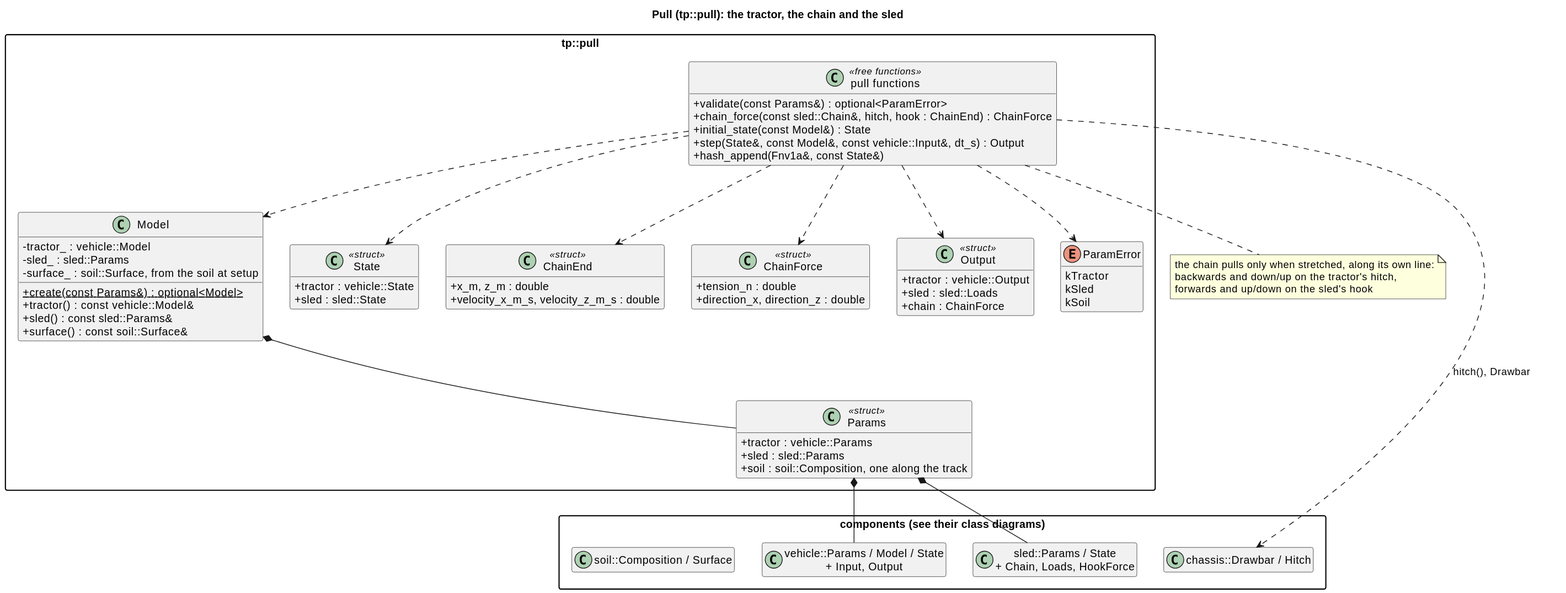
Earlier version of the PlantUML export docs/diagrams/svg/pull_classes.svg (wversteeg/TractorPulling). Its diagram source:
```plantuml
@startuml
title Pull (tp::pull): the tractor, the chain and the sled
hide empty members
skinparam packageStyle rectangle
skinparam classAttributeIconSize 0

package "components (see their class diagrams)" {
  class "vehicle::Params / Model / State\n+ Input, Output" as Vehicle
  class "sled::Params / State\n+ Chain, Loads, HookForce" as Sled
  class "chassis::Drawbar / Hitch" as Chassis
  class "soil::Composition / Surface" as Soil
}

package "tp::pull" {
  class Params <<struct>> {
    +tractor : vehicle::Params
    +sled : sled::Params
    +soil : soil::Composition, one along the track
  }
  class Model {
    -tractor_ : vehicle::Model
    -sled_ : sled::Params
    -surface_ : soil::Surface, from the soil at setup
    +{static} create(const Params&) : optional<Model>
    +tractor() : const vehicle::Model&
    +sled() : const sled::Params&
    +surface() : const soil::Surface&
  }
  class State <<struct>> {
    +tractor : vehicle::State
    +sled : sled::State
  }
  class ChainEnd <<struct>> {
    +x_m, z_m : double
    +velocity_x_m_s, velocity_z_m_s : double
  }
  class ChainForce <<struct>> {
    +tension_n : double
    +direction_x, direction_z : double
  }
  class Output <<struct>> {
    +tractor : vehicle::Output
    +sled : sled::Loads
    +chain : ChainForce
  }
  enum ParamError {
    kTractor
    kSled
    kSoil
  }
  class "pull functions" as PullFns <<free functions>> {
    +validate(const Params&) : optional<ParamError>
    +chain_force(const sled::Chain&, hitch, hook : ChainEnd) : ChainForce
    +initial_state(const Model&) : State
    +step(State&, const Model&, const vehicle::Input&, dt_s) : Output
    +hash_append(Fnv1a&, const State&)
  }
  Model *-- Params
  PullFns ..> Model
  PullFns ..> State
  PullFns ..> ChainEnd
  PullFns ..> ChainForce
  PullFns ..> Output
  PullFns ..> ParamError
}
Params *-- Vehicle
Params *-- Sled
PullFns ..> Chassis : hitch(), Drawbar
note bottom of PullFns
  the chain pulls only when stretched, along its own line:
  backwards and down/up on the tractor's hitch,
  forwards and up/down on the sled's hook
end note
@enduml
```
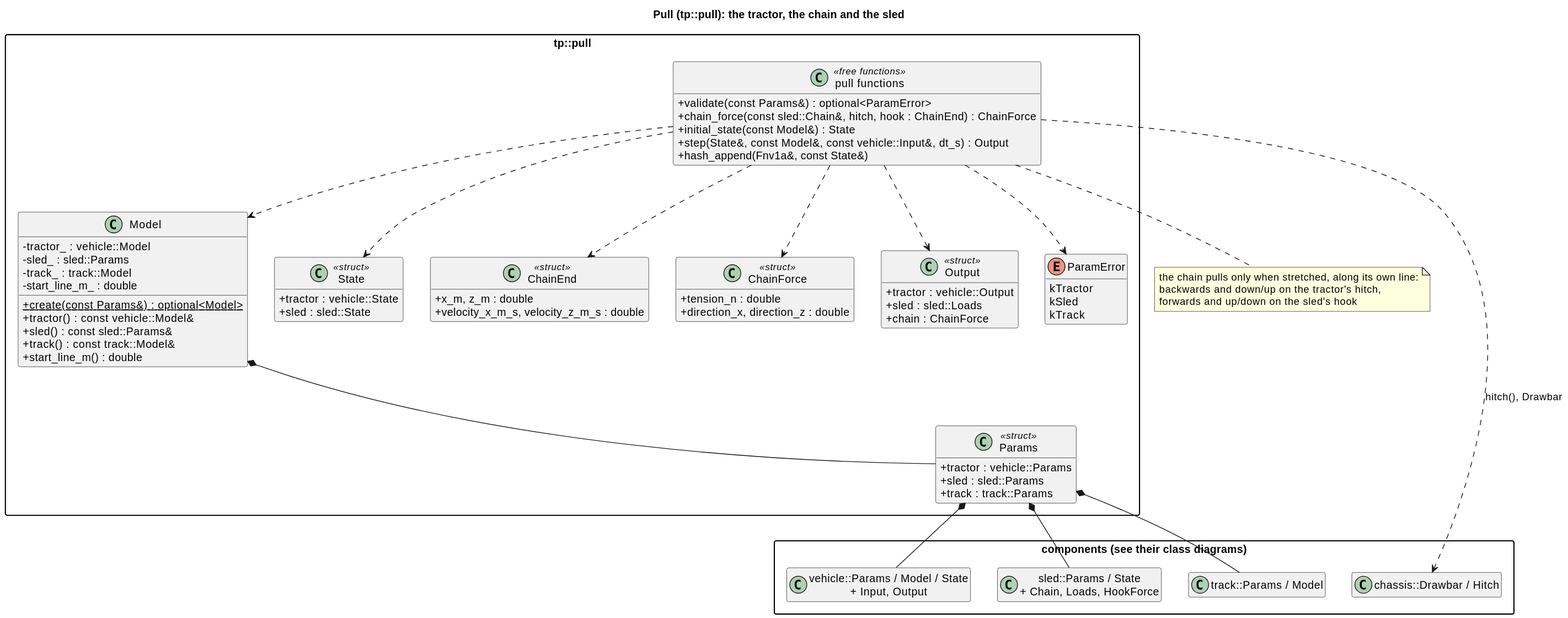
After the change.

Change to the diagram source:
```diff
@@ -8,23 +8,25 @@
   class "vehicle::Params / Model / State\n+ Input, Output" as Vehicle
   class "sled::Params / State\n+ Chain, Loads, HookForce" as Sled
   class "chassis::Drawbar / Hitch" as Chassis
-  class "soil::Composition / Surface" as Soil
+  class "track::Params / Model" as Track
 }
 
 package "tp::pull" {
   class Params <<struct>> {
     +tractor : vehicle::Params
     +sled : sled::Params
-    +soil : soil::Composition, one along the track
+    +track : track::Params
   }
   class Model {
     -tractor_ : vehicle::Model
     -sled_ : sled::Params
-    -surface_ : soil::Surface, from the soil at setup
+    -track_ : track::Model
+    -start_line_m_ : double
     +{static} create(const Params&) : optional<Model>
     +tractor() : const vehicle::Model&
     +sled() : const sled::Params&
-    +surface() : const soil::Surface&
+    +track() : const track::Model&
+    +start_line_m() : double
   }
   class State <<struct>> {
     +tractor : vehicle::State
@@ -46,7 +48,7 @@
   enum ParamError {
     kTractor
     kSled
-    kSoil
+    kTrack
   }
   class "pull functions" as PullFns <<free functions>> {
     +validate(const Params&) : optional<ParamError>
@@ -65,6 +67,7 @@
 }
 Params *-- Vehicle
 Params *-- Sled
+Params *-- Track
 PullFns ..> Chassis : hitch(), Drawbar
 note bottom of PullFns
   the chain pulls only when stretched, along its own line:
```
